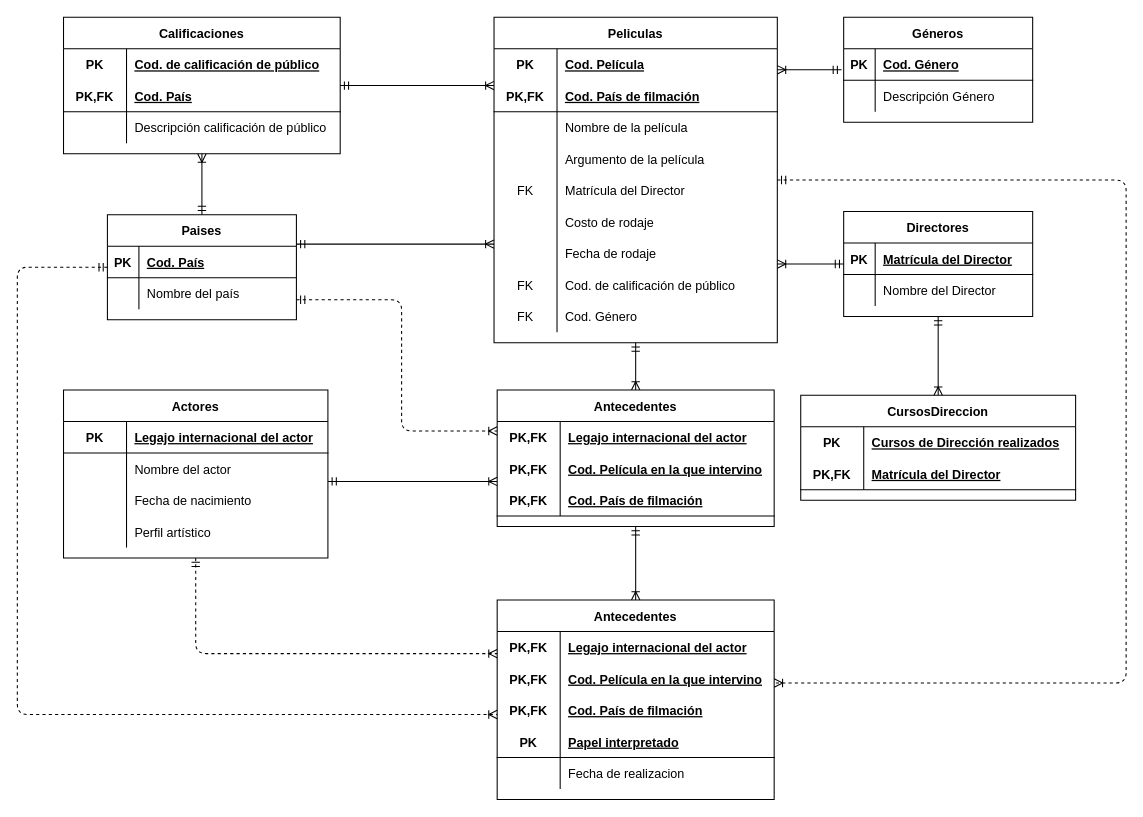
Earlier version of the draw.io diagram TPIII_Peliculas/DER_Peliculas_Puyelli.drawio (FedericoRocca/DyADDBB_1erCuatrimestre_2021). Source tidied: cells renumbered, new cells numbered last; positions are measured from the earlier drawing's top-left corner, leaving out a move shared by most shapes. Both pictures are drawn from the tidied source at 105%, with x=0, y=0 at pixel (17, 17).
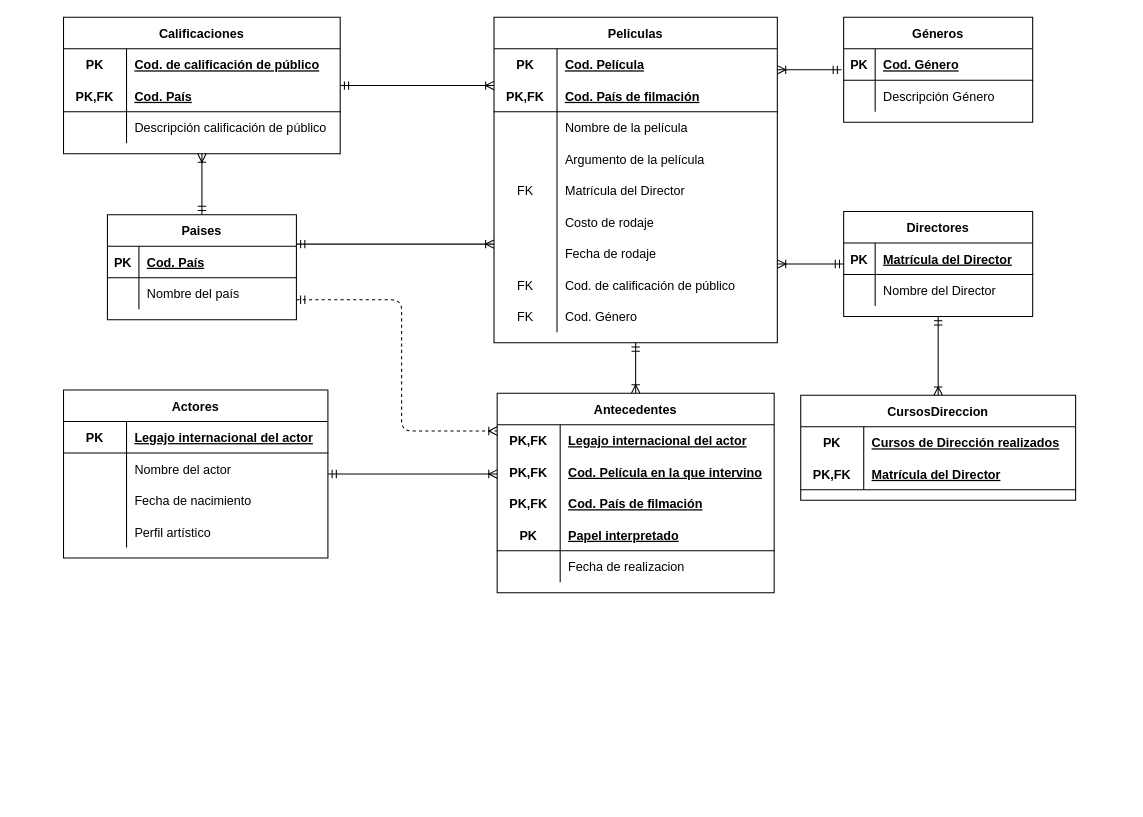
After the change.

Unchanged cells that the change refers to:
```xml
<mxCell id="4" value="Peliculas" style="shape=table;startSize=30;childLayout=tableLayout;rowLines=0;fontStyle=1;align=center;" parent="1" vertex="1">
  <mxGeometry x="454" width="269.8" height="310" as="geometry" />
</mxCell>
<mxCell id="41" value="Actores" style="shape=table;startSize=30;childLayout=tableLayout;rowLines=0;fontStyle=1;align=center;" parent="1" vertex="1">
  <mxGeometry x="44" y="355" width="251.8" height="160" as="geometry" />
</mxCell>
<mxCell id="67" value="Paises" style="shape=table;startSize=30;childLayout=tableLayout;rowLines=0;fontStyle=1;align=center;" parent="1" vertex="1">
  <mxGeometry x="85.8" y="188" width="180" height="100" as="geometry" />
</mxCell>
```

The edit, as a diff of the source:
```diff
@@
-    <mxCell id="2" style="edgeStyle=orthogonalEdgeStyle;jettySize=auto;html=1;startArrow=ERmandOne;startFill=0;endArrow=ERoneToMany;endFill=0;rounded=1;" parent="1" edge="1" source="4" target="55">
-      <mxGeometry relative="1" as="geometry">
-        <Array as="points">
-          <mxPoint x="597" y="435" />
-        </Array>
-      </mxGeometry>
-    </mxCell>
-    <mxCell id="3" style="edgeStyle=orthogonalEdgeStyle;jettySize=auto;html=1;dashed=1;startArrow=ERmandOne;startFill=0;endArrow=ERoneToMany;endFill=0;rounded=1;" parent="1" edge="1" source="4" target="104">
-      <mxGeometry relative="1" as="geometry">
-        <Array as="points">
-          <mxPoint x="1056" y="155" />
-          <mxPoint x="1056" y="634" />
-        </Array>
-      </mxGeometry>
-    </mxCell>
@@
-    <mxCell id="39" style="edgeStyle=orthogonalEdgeStyle;jettySize=auto;html=1;startArrow=ERmandOne;startFill=0;endArrow=ERoneToMany;endFill=0;rounded=1;" parent="1" edge="1" source="41" target="55">
+    <mxCell id="39" style="edgeStyle=orthogonalEdgeStyle;jettySize=auto;html=1;startArrow=ERmandOne;startFill=0;endArrow=ERoneToMany;endFill=0;rounded=1;" parent="1" edge="1" source="41" target="104">
       <mxGeometry relative="1" as="geometry">
         <Array as="points">
-          <mxPoint x="317" y="442" />
-          <mxPoint x="317" y="442" />
+          <mxPoint x="421" y="435" />
+          <mxPoint x="421" y="435" />
         </Array>
       </mxGeometry>
     </mxCell>
-    <mxCell id="40" style="edgeStyle=orthogonalEdgeStyle;jettySize=auto;html=1;dashed=1;startArrow=ERmandOne;startFill=0;endArrow=ERoneToMany;endFill=0;rounded=1;" parent="1" edge="1" source="41" target="104">
-      <mxGeometry relative="1" as="geometry">
-        <Array as="points">
-          <mxPoint x="170" y="606" />
-        </Array>
-      </mxGeometry>
-    </mxCell>
@@
-    <mxCell id="54" style="edgeStyle=orthogonalEdgeStyle;jettySize=auto;html=1;startArrow=ERmandOne;startFill=0;endArrow=ERoneToMany;endFill=0;rounded=1;" parent="1" edge="1" source="55" target="104">
+    <mxCell id="54" style="edgeStyle=orthogonalEdgeStyle;jettySize=auto;html=1;startArrow=ERmandOne;startFill=0;endArrow=ERoneToMany;endFill=0;rounded=1;" parent="1" edge="1" source="4" target="104">
       <mxGeometry relative="1" as="geometry" />
     </mxCell>
-    <mxCell id="55" value="Antecedentes" style="shape=table;startSize=30;childLayout=tableLayout;rowLines=0;fontStyle=1;align=center;" parent="1" vertex="1">
-      <mxGeometry x="457" y="355" width="263.8" height="130" as="geometry" />
-    </mxCell>
-    <mxCell id="56" style="shape=partialRectangle;fillColor=none;top=0;left=0;bottom=0;right=0;" parent="55" vertex="1">
-      <mxGeometry y="30" width="263.8" height="30" as="geometry" />
-    </mxCell>
-    <mxCell id="57" value="PK,FK" style="shape=partialRectangle;fillColor=none;top=0;left=0;bottom=0;right=0;fontStyle=1;overflow=hidden;" parent="56" vertex="1">
-      <mxGeometry width="60" height="30" as="geometry" />
-    </mxCell>
-    <mxCell id="58" value="Legajo internacional del actor" style="shape=partialRectangle;fillColor=none;top=0;left=0;bottom=0;right=0;align=left;spacingLeft=6;fontStyle=5;overflow=hidden;" parent="56" vertex="1">
-      <mxGeometry x="60" width="203.8" height="30" as="geometry" />
-    </mxCell>
-    <mxCell id="59" style="shape=partialRectangle;fillColor=none;top=0;left=0;bottom=0;right=0;" parent="55" vertex="1">
-      <mxGeometry y="60" width="263.8" height="30" as="geometry" />
-    </mxCell>
-    <mxCell id="60" value="PK,FK" style="shape=partialRectangle;fillColor=none;top=0;left=0;bottom=0;right=0;fontStyle=1;overflow=hidden;" parent="59" vertex="1">
-      <mxGeometry width="60" height="30" as="geometry" />
-    </mxCell>
-    <mxCell id="61" value="Cod. Película en la que intervino" style="shape=partialRectangle;fillColor=none;top=0;left=0;bottom=0;right=0;align=left;spacingLeft=6;fontStyle=5;overflow=hidden;" parent="59" vertex="1">
-      <mxGeometry x="60" width="203.8" height="30" as="geometry" />
-    </mxCell>
-    <mxCell id="62" style="shape=partialRectangle;fillColor=none;top=0;left=0;bottom=1;right=0;" parent="55" vertex="1">
-      <mxGeometry y="90" width="263.8" height="30" as="geometry" />
-    </mxCell>
-    <mxCell id="63" value="PK,FK" style="shape=partialRectangle;fillColor=none;top=0;left=0;bottom=0;right=0;fontStyle=1;overflow=hidden;" parent="62" vertex="1">
-      <mxGeometry width="60" height="30" as="geometry" />
-    </mxCell>
-    <mxCell id="64" value="Cod. País de filmación" style="shape=partialRectangle;fillColor=none;top=0;left=0;bottom=0;right=0;align=left;spacingLeft=6;fontStyle=5;overflow=hidden;" parent="62" vertex="1">
-      <mxGeometry x="60" width="203.8" height="30" as="geometry" />
-    </mxCell>
-    <mxCell id="65" style="edgeStyle=orthogonalEdgeStyle;jettySize=auto;html=1;dashed=1;startArrow=ERmandOne;startFill=0;endArrow=ERoneToMany;endFill=0;rounded=1;" parent="1" edge="1" source="67" target="55">
+    <mxCell id="65" style="edgeStyle=orthogonalEdgeStyle;jettySize=auto;html=1;dashed=1;startArrow=ERmandOne;startFill=0;endArrow=ERoneToMany;endFill=0;rounded=1;" parent="1" edge="1" source="67" target="104">
       <mxGeometry relative="1" as="geometry">
         <Array as="points">
           <mxPoint x="366" y="269" />
           <mxPoint x="366" y="394" />
         </Array>
       </mxGeometry>
     </mxCell>
-    <mxCell id="66" style="edgeStyle=orthogonalEdgeStyle;jettySize=auto;html=1;startArrow=ERmandOne;startFill=0;endArrow=ERoneToMany;endFill=0;dashed=1;rounded=1;" parent="1" edge="1" source="67" target="104">
-      <mxGeometry relative="1" as="geometry">
-        <Array as="points">
-          <mxPoint y="238" />
-          <mxPoint y="664" />
-        </Array>
-      </mxGeometry>
-    </mxCell>
@@
     <mxCell id="104" value="Antecedentes" style="shape=table;startSize=30;childLayout=tableLayout;rowLines=0;fontStyle=1;align=center;" parent="1" vertex="1">
-      <mxGeometry x="457" y="555" width="263.8" height="190" as="geometry" />
+      <mxGeometry x="457" y="358" width="263.8" height="190" as="geometry" />
     </mxCell>
```
